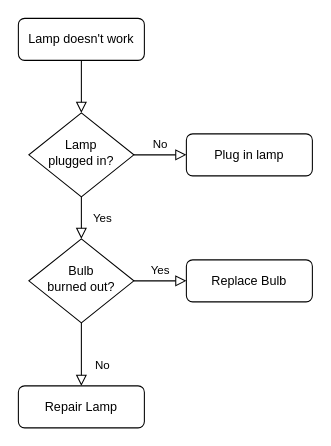
This is week_1/Untitled Diagram.drawio from myusuf-awariCSC101/myusuf-awariCOS102, a draw.io file, before an edit. Source tidied: cells renumbered, new cells numbered last; positions are measured from the earlier drawing's top-left corner, leaving out a move shared by most shapes. Both pictures are drawn from the tidied source at 105%, with x=0, y=0 at pixel (18, 18).
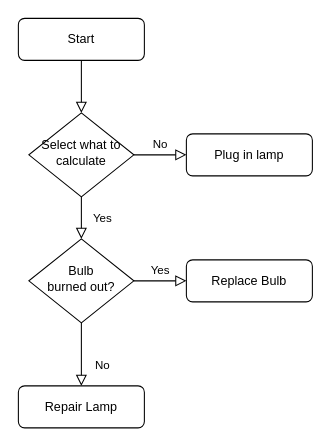
After the change.

Diff of the diagram source:
```diff
@@
 <mxGraphModel>
   <root>
     <mxCell id="0" />
     <mxCell id="1" parent="0" />
     <mxCell id="2" style="rounded=0;html=1;jettySize=auto;fontSize=11;endArrow=block;endFill=0;endSize=8;strokeWidth=1;shadow=0;labelBackgroundColor=none;edgeStyle=orthogonalEdgeStyle;" parent="1" edge="1" source="3" target="6">
       <mxGeometry relative="1" as="geometry" />
     </mxCell>
-    <mxCell id="3" value="Lamp doesn't work" style="rounded=1;whiteSpace=wrap;html=1;fontSize=12;glass=0;strokeWidth=1;shadow=0;" parent="1" vertex="1">
+    <mxCell id="3" value="Start" style="rounded=1;whiteSpace=wrap;html=1;fontSize=12;glass=0;strokeWidth=1;shadow=0;" parent="1" vertex="1">
       <mxGeometry width="120" height="40" as="geometry" />
     </mxCell>
     <mxCell id="4" value="Yes" style="rounded=0;html=1;jettySize=auto;fontSize=11;endArrow=block;endFill=0;endSize=8;strokeWidth=1;shadow=0;labelBackgroundColor=none;edgeStyle=orthogonalEdgeStyle;" parent="1" edge="1" source="6" target="10">
       <mxGeometry y="20" relative="1" as="geometry" />
     </mxCell>
     <mxCell id="5" value="No" style="edgeStyle=orthogonalEdgeStyle;rounded=0;html=1;jettySize=auto;fontSize=11;endArrow=block;endFill=0;endSize=8;strokeWidth=1;shadow=0;labelBackgroundColor=none;" parent="1" edge="1" source="6" target="7">
       <mxGeometry y="10" relative="1" as="geometry" />
     </mxCell>
-    <mxCell id="6" value="Lamp&lt;br&gt;plugged in?" style="rhombus;whiteSpace=wrap;html=1;shadow=0;fontFamily=Helvetica;fontSize=12;align=center;strokeWidth=1;spacing=6;spacingTop=-4;" parent="1" vertex="1">
+    <mxCell id="6" value="Select what to calculate" style="rhombus;whiteSpace=wrap;html=1;shadow=0;fontFamily=Helvetica;fontSize=12;align=center;strokeWidth=1;spacing=6;spacingTop=-4;" parent="1" vertex="1">
       <mxGeometry x="10" y="90" width="100" height="80" as="geometry" />
     </mxCell>
     <mxCell id="7" value="Plug in lamp" style="rounded=1;whiteSpace=wrap;html=1;fontSize=12;glass=0;strokeWidth=1;shadow=0;" parent="1" vertex="1">
       <mxGeometry x="160" y="110" width="120" height="40" as="geometry" />
     </mxCell>
     <mxCell id="8" value="No" style="rounded=0;html=1;jettySize=auto;fontSize=11;endArrow=block;endFill=0;endSize=8;strokeWidth=1;shadow=0;labelBackgroundColor=none;edgeStyle=orthogonalEdgeStyle;" parent="1" edge="1" source="10" target="11">
       <mxGeometry x="0.33" y="20" relative="1" as="geometry" />
     </mxCell>
     <mxCell id="9" value="Yes" style="edgeStyle=orthogonalEdgeStyle;rounded=0;html=1;jettySize=auto;fontSize=11;endArrow=block;endFill=0;endSize=8;strokeWidth=1;shadow=0;labelBackgroundColor=none;" parent="1" edge="1" source="10" target="12">
       <mxGeometry y="10" relative="1" as="geometry" />
     </mxCell>
     <mxCell id="10" value="Bulb&lt;br&gt;burned out?" style="rhombus;whiteSpace=wrap;html=1;shadow=0;fontFamily=Helvetica;fontSize=12;align=center;strokeWidth=1;spacing=6;spacingTop=-4;" parent="1" vertex="1">
       <mxGeometry x="10" y="210" width="100" height="80" as="geometry" />
     </mxCell>
     <mxCell id="11" value="Repair Lamp" style="rounded=1;whiteSpace=wrap;html=1;fontSize=12;glass=0;strokeWidth=1;shadow=0;" parent="1" vertex="1">
       <mxGeometry y="350" width="120" height="40" as="geometry" />
     </mxCell>
     <mxCell id="12" value="Replace Bulb" style="rounded=1;whiteSpace=wrap;html=1;fontSize=12;glass=0;strokeWidth=1;shadow=0;" parent="1" vertex="1">
       <mxGeometry x="160" y="230" width="120" height="40" as="geometry" />
     </mxCell>
   </root>
 </mxGraphModel>
```
